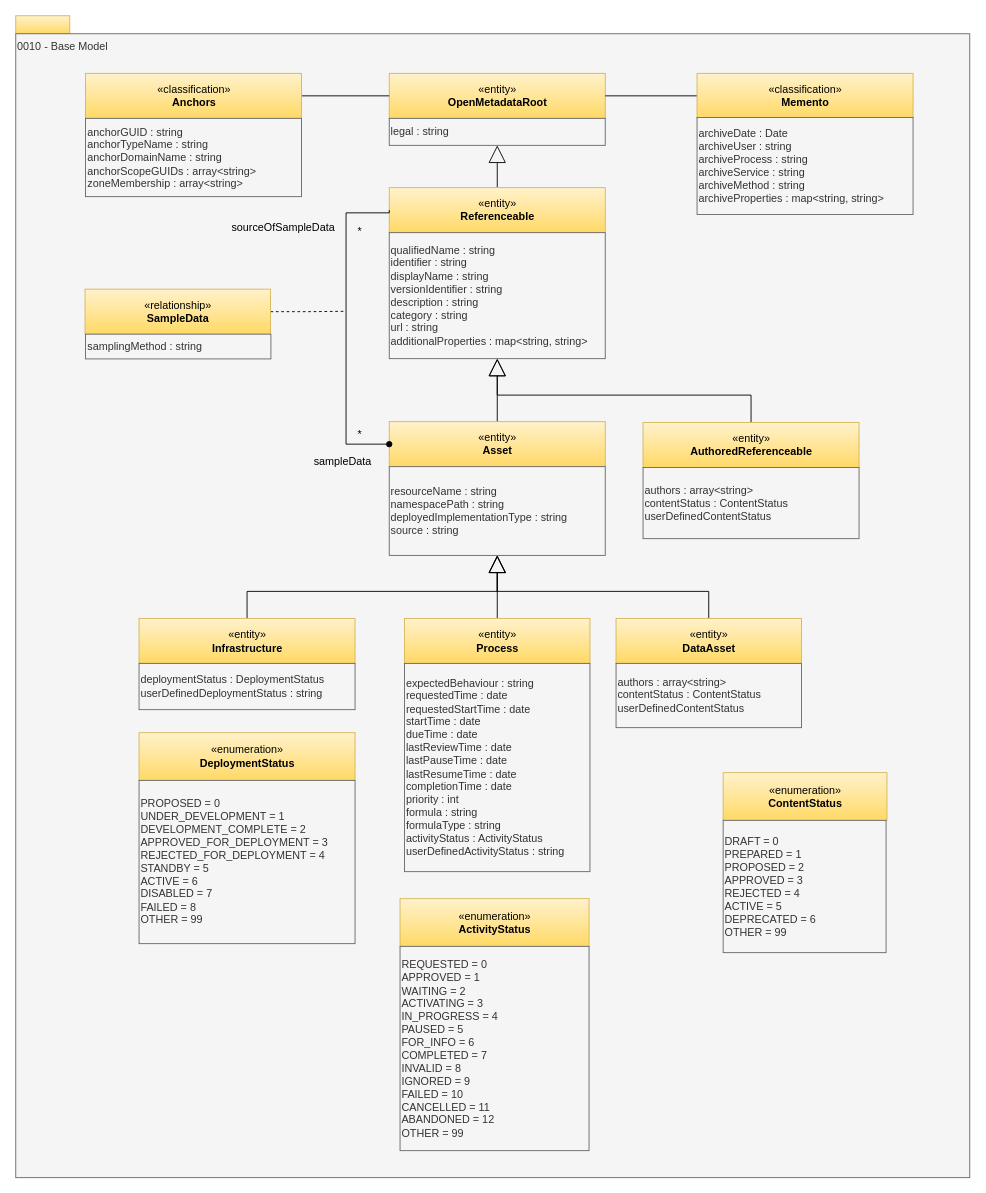
The draw.io diagram page "0010-Base-Model" (4 of 33) of site/docs/types/0/area-0-basic-types-and-infrastructure.drawio in odpi/egeria-docs, before the edit. Source tidied: cells renumbered, new cells numbered last; positions are measured from the earlier drawing's top-left corner, leaving out a move shared by most shapes. Both pictures are drawn from the tidied source at 90%, with x=0, y=0 at pixel (15, 15).
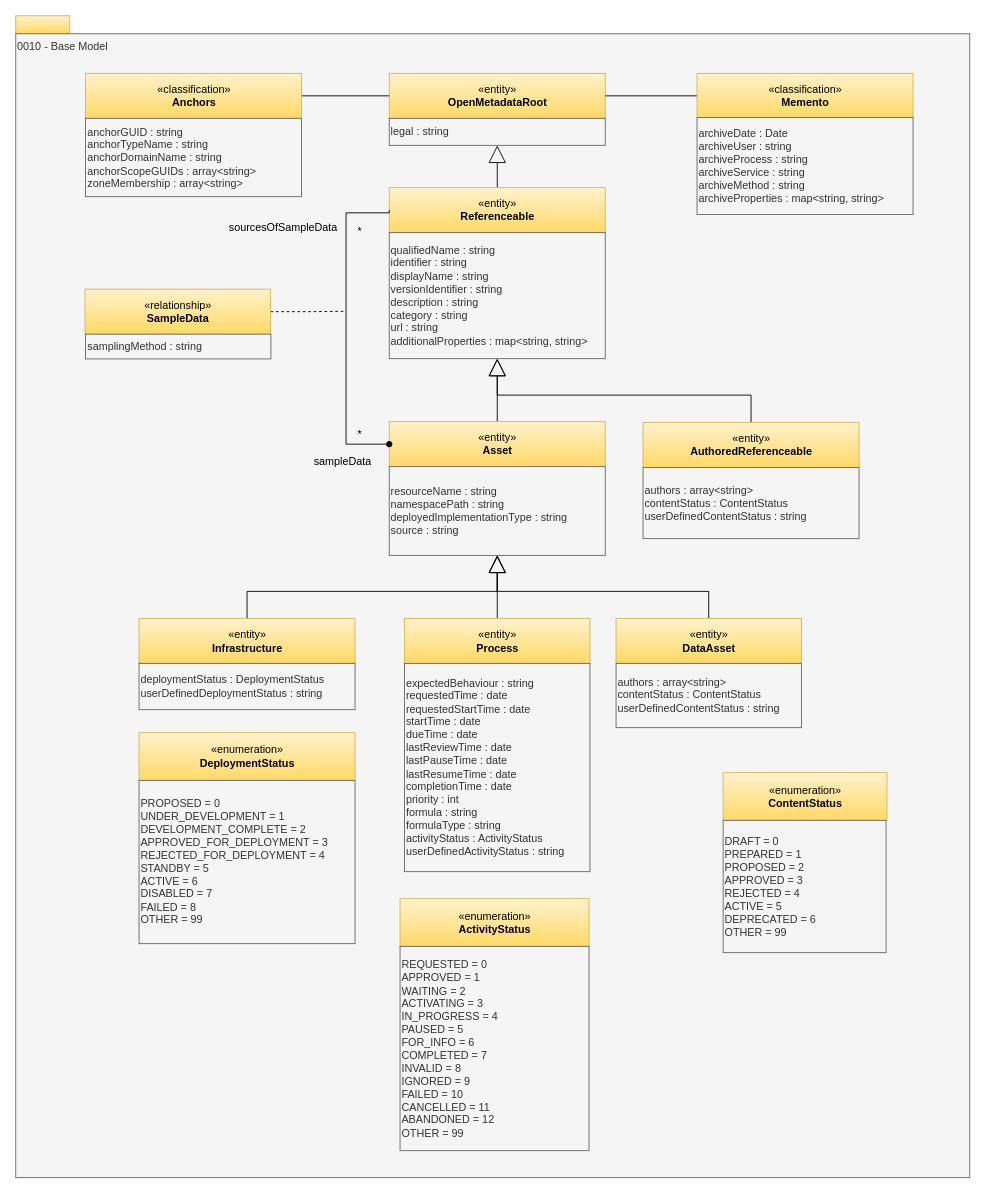
The same page after the edit.

Change to the diagram source:
```diff
@@
-    <mxCell id="17" value="&lt;div&gt;authors : array&amp;lt;string&amp;gt;&lt;/div&gt;contentStatus : ContentStatus&lt;div&gt;userDefinedContentStatus&lt;/div&gt;" style="rounded=0;whiteSpace=wrap;html=1;strokeColor=#666666;align=left;fillColor=#f5f5f5;fontColor=#333333;" parent="1" vertex="1">
+    <mxCell id="17" value="&lt;div&gt;authors : array&amp;lt;string&amp;gt;&lt;/div&gt;contentStatus : ContentStatus&lt;div&gt;userDefinedContentStatus : string&lt;/div&gt;" style="rounded=0;whiteSpace=wrap;html=1;strokeColor=#666666;align=left;fillColor=#f5f5f5;fontColor=#333333;" parent="1" vertex="1">
       <mxGeometry x="667" y="719.6" width="206" height="71.4" as="geometry" />
     </mxCell>
@@
-    <mxCell id="32" value="sourceOfSampleData" style="text;html=1;align=center;verticalAlign=middle;strokeColor=none;fillColor=none;" parent="1" vertex="1">
+    <mxCell id="32" value="sourcesOfSampleData" style="text;html=1;align=center;verticalAlign=middle;strokeColor=none;fillColor=none;" parent="1" vertex="1">
       <mxGeometry x="227" y="220.8" width="140" height="30" as="geometry" />
     </mxCell>
@@
-    <mxCell id="43" value="&lt;div&gt;&lt;div&gt;authors : array&amp;lt;string&amp;gt;&lt;/div&gt;&lt;div&gt;contentStatus : ContentStatus&lt;div&gt;userDefinedContentStatus&lt;/div&gt;&lt;div style=&quot;text-align: left&quot;&gt;&lt;/div&gt;&lt;/div&gt;&lt;/div&gt;" style="rounded=0;whiteSpace=wrap;html=1;strokeColor=#666666;align=left;fillColor=#f5f5f5;fontColor=#333333;" parent="1" vertex="1">
+    <mxCell id="43" value="&lt;div&gt;&lt;div&gt;authors : array&amp;lt;string&amp;gt;&lt;/div&gt;&lt;div&gt;contentStatus : ContentStatus&lt;div&gt;userDefinedContentStatus : string&lt;/div&gt;&lt;div style=&quot;text-align: left&quot;&gt;&lt;/div&gt;&lt;/div&gt;&lt;/div&gt;" style="rounded=0;whiteSpace=wrap;html=1;strokeColor=#666666;align=left;fillColor=#f5f5f5;fontColor=#333333;" parent="1" vertex="1">
       <mxGeometry x="697" y="502" width="240" height="79" as="geometry" />
     </mxCell>
```
